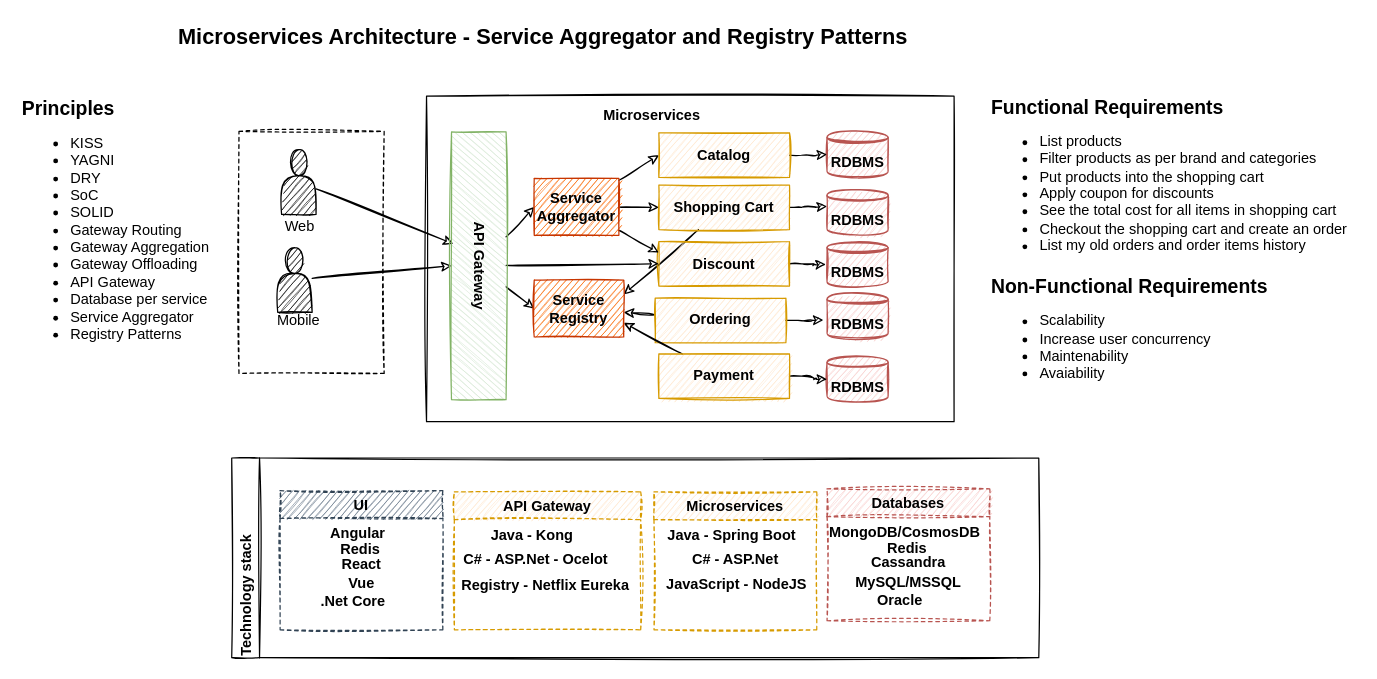
Earlier version of the draw.io diagram Microservices Architecture - Service Agregator and Registry Patterns.drawio (majaham/Microservices-Architecture-Designs). Source tidied: cells renumbered, new cells numbered last; positions are measured from the earlier drawing's top-left corner, leaving out a move shared by most shapes. Both pictures are drawn from the tidied source at 121%, with x=0, y=0 at pixel (21, 21).
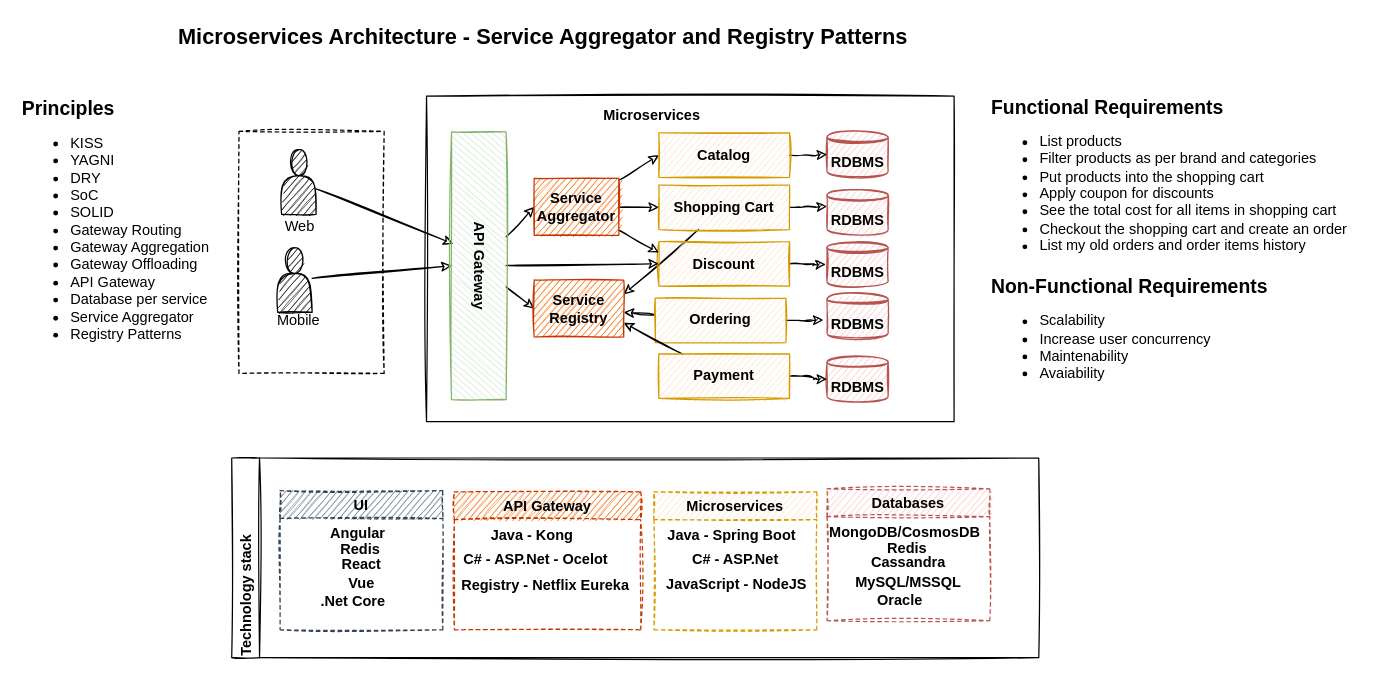
The same page after the edit.

Unchanged cells that the change refers to:
```xml
<mxCell id="33" value="Technology stack" style="swimlane;horizontal=0;glass=0;labelBackgroundColor=none;sketch=1;fontSize=12;fontColor=#000000;strokeColor=#000000;fillColor=#FFFFFF;align=left;verticalAlign=middle;" parent="1" vertex="1">
  <mxGeometry x="174" y="361" width="667" height="165" as="geometry" />
</mxCell>
```

Change to the diagram source:
```diff
@@
-    <mxCell id="50" value="API Gateway" style="swimlane;glass=0;dashed=1;labelBackgroundColor=none;sketch=1;fontSize=12;strokeColor=#d79b00;fillColor=#ffe6cc;align=center;verticalAlign=middle;labelPosition=center;verticalLabelPosition=middle;" parent="33" vertex="1">
+    <mxCell id="50" value="API Gateway" style="swimlane;glass=0;dashed=1;labelBackgroundColor=none;sketch=1;fontSize=12;strokeColor=#C73500;fillColor=#fa6800;align=center;verticalAlign=middle;labelPosition=center;verticalLabelPosition=middle;fontColor=#000000;" parent="33" vertex="1">
       <mxGeometry x="184" y="28" width="154" height="114" as="geometry" />
     </mxCell>
```
